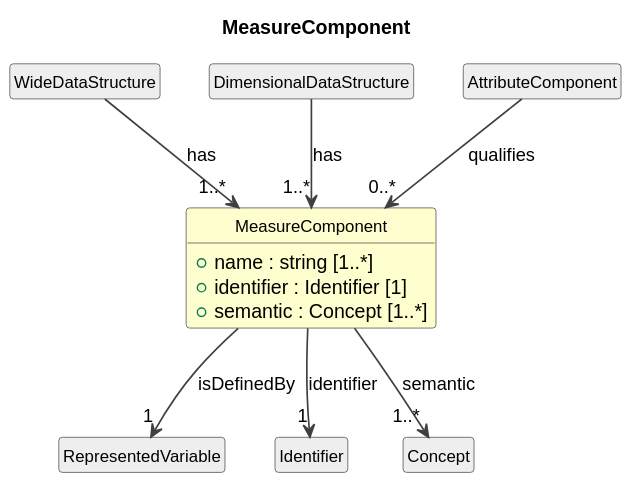
The PlantUML diagram cdif-uml-model/CDIFDataStructure/Classes/MeasureComponent.svg in Cross-Domain-Interoperability-Framework/metadataBuildingBlocks, before a commit.
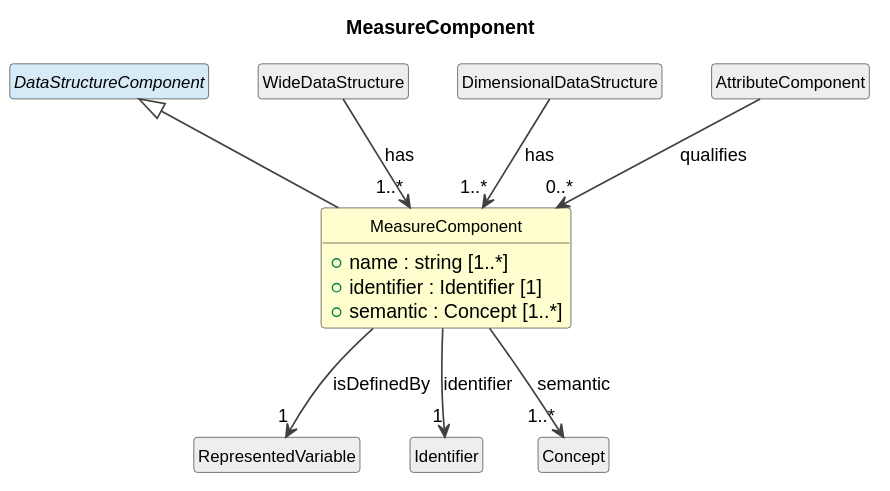
After the change.

The edit, as a diff of the source:
```diff
@@ -15,6 +15,8 @@
   +identifier : Identifier [1]
   +semantic : Concept [1..*]
 }
+abstract class "DataStructureComponent" as DataStructureComponent #D6EAF8
+DataStructureComponent <|-- MeasureComponent
 class "WideDataStructure" as WideDataStructure #EEEEEE
 WideDataStructure --> "1..*" MeasureComponent : has
 class "DimensionalDataStructure" as DimensionalDataStructure #EEEEEE
```
